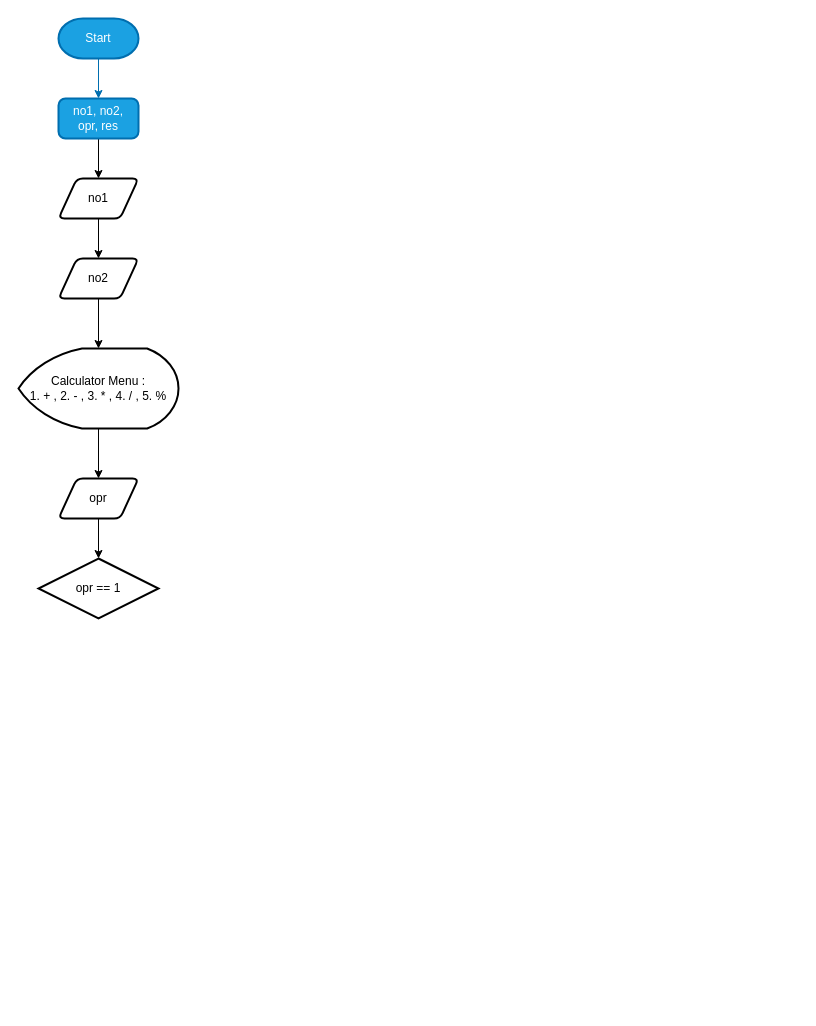
The draw.io diagram page "Page-2" (2 of 2) of assign01.drawio in ProfDetermined/uni-works, before the edit. Source tidied: cells renumbered, new cells numbered last; positions are measured from the earlier drawing's top-left corner, leaving out a move shared by most shapes. Both pictures are drawn from the tidied source at 100%, with x=0, y=0 at pixel (18, 18).
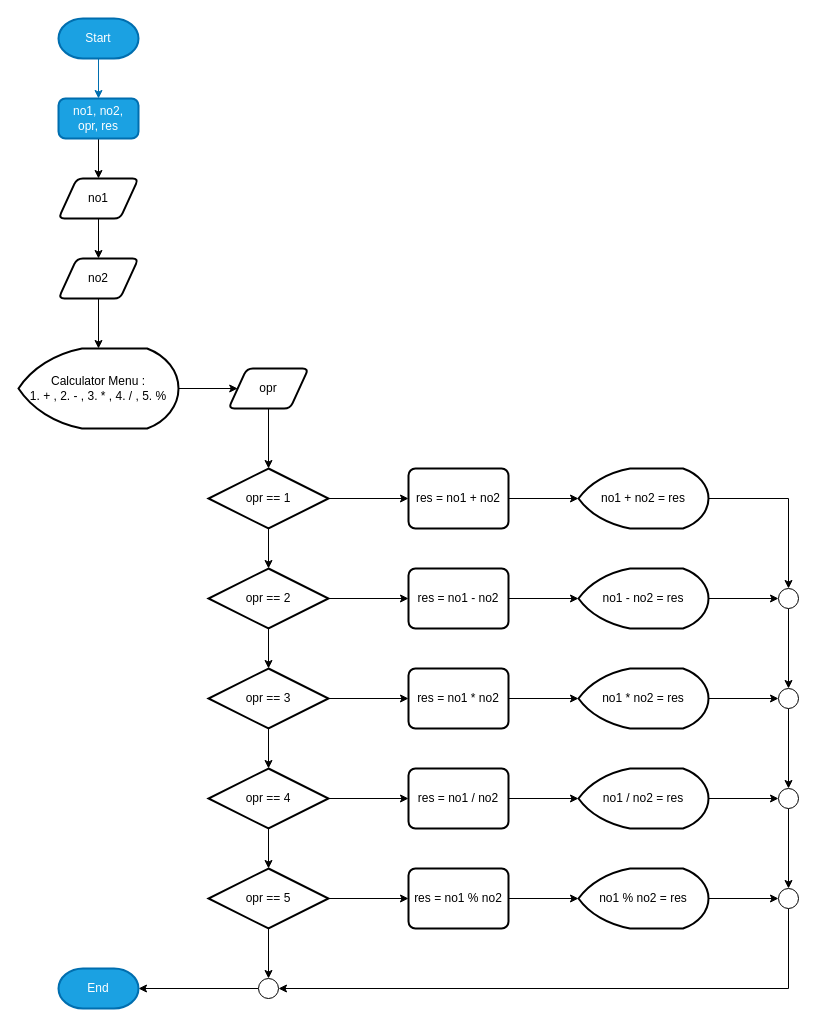
The same diagram, later.

Change to the diagram source:
```diff
@@
     <mxCell id="13" value="opr" style="shape=parallelogram;html=1;strokeWidth=2;perimeter=parallelogramPerimeter;whiteSpace=wrap;rounded=1;arcSize=12;size=0.23;" parent="1" vertex="1">
-      <mxGeometry x="40" y="460" width="80" height="40" as="geometry" />
+      <mxGeometry x="210" y="350" width="80" height="40" as="geometry" />
     </mxCell>
+    <mxCell id="15" style="edgeStyle=orthogonalEdgeStyle;rounded=0;jettySize=auto;html=1;" parent="1" edge="1" source="14" target="19">
+      <mxGeometry relative="1" as="geometry" />
+    </mxCell>
+    <mxCell id="16" style="edgeStyle=orthogonalEdgeStyle;rounded=0;jettySize=auto;html=1;" parent="1" edge="1" source="14" target="30">
+      <mxGeometry relative="1" as="geometry" />
+    </mxCell>
     <mxCell id="14" value="opr == 1" style="strokeWidth=2;html=1;shape=mxgraph.flowchart.decision;whiteSpace=wrap;" parent="1" vertex="1">
-      <mxGeometry x="20" y="540" width="120" height="60" as="geometry" />
+      <mxGeometry x="190" y="450" width="120" height="60" as="geometry" />
     </mxCell>
+    <mxCell id="17" style="edgeStyle=orthogonalEdgeStyle;rounded=0;jettySize=auto;html=1;" parent="1" edge="1" source="19" target="22">
+      <mxGeometry relative="1" as="geometry" />
+    </mxCell>
+    <mxCell id="18" style="edgeStyle=orthogonalEdgeStyle;rounded=0;jettySize=auto;html=1;" parent="1" edge="1" source="19" target="34">
+      <mxGeometry relative="1" as="geometry" />
+    </mxCell>
+    <mxCell id="19" value="opr == 2" style="strokeWidth=2;html=1;shape=mxgraph.flowchart.decision;whiteSpace=wrap;" parent="1" vertex="1">
+      <mxGeometry x="190" y="550" width="120" height="60" as="geometry" />
+    </mxCell>
+    <mxCell id="20" style="edgeStyle=orthogonalEdgeStyle;rounded=0;jettySize=auto;html=1;" parent="1" edge="1" source="22" target="25">
+      <mxGeometry relative="1" as="geometry" />
+    </mxCell>
+    <mxCell id="21" style="edgeStyle=orthogonalEdgeStyle;rounded=0;jettySize=auto;html=1;" parent="1" edge="1" source="22" target="40">
+      <mxGeometry relative="1" as="geometry" />
+    </mxCell>
+    <mxCell id="22" value="opr == 3" style="strokeWidth=2;html=1;shape=mxgraph.flowchart.decision;whiteSpace=wrap;" parent="1" vertex="1">
+      <mxGeometry x="190" y="650" width="120" height="60" as="geometry" />
+    </mxCell>
+    <mxCell id="23" style="edgeStyle=orthogonalEdgeStyle;rounded=0;jettySize=auto;html=1;" parent="1" edge="1" source="25" target="28">
+      <mxGeometry relative="1" as="geometry" />
+    </mxCell>
+    <mxCell id="24" style="edgeStyle=orthogonalEdgeStyle;rounded=0;jettySize=auto;html=1;" parent="1" edge="1" source="25" target="46">
+      <mxGeometry relative="1" as="geometry" />
+    </mxCell>
+    <mxCell id="25" value="opr == 4" style="strokeWidth=2;html=1;shape=mxgraph.flowchart.decision;whiteSpace=wrap;" parent="1" vertex="1">
+      <mxGeometry x="190" y="750" width="120" height="60" as="geometry" />
+    </mxCell>
+    <mxCell id="26" style="edgeStyle=orthogonalEdgeStyle;rounded=0;jettySize=auto;html=1;" parent="1" edge="1" source="28" target="48">
+      <mxGeometry relative="1" as="geometry" />
+    </mxCell>
+    <mxCell id="27" style="edgeStyle=orthogonalEdgeStyle;rounded=0;jettySize=auto;html=1;" parent="1" edge="1" source="28" target="58">
+      <mxGeometry relative="1" as="geometry" />
+    </mxCell>
+    <mxCell id="28" value="opr == 5" style="strokeWidth=2;html=1;shape=mxgraph.flowchart.decision;whiteSpace=wrap;" parent="1" vertex="1">
+      <mxGeometry x="190" y="850" width="120" height="60" as="geometry" />
+    </mxCell>
+    <mxCell id="29" style="edgeStyle=orthogonalEdgeStyle;rounded=0;jettySize=auto;html=1;" parent="1" edge="1" source="30" target="32">
+      <mxGeometry relative="1" as="geometry" />
+    </mxCell>
+    <mxCell id="30" value="res = no1 + no2" style="rounded=1;whiteSpace=wrap;html=1;absoluteArcSize=1;arcSize=14;strokeWidth=2;" parent="1" vertex="1">
+      <mxGeometry x="390" y="450" width="100" height="60" as="geometry" />
+    </mxCell>
+    <mxCell id="31" style="edgeStyle=orthogonalEdgeStyle;rounded=0;jettySize=auto;html=1;entryX=0.5;entryY=0;entryDx=0;entryDy=0;entryPerimeter=0;" parent="1" edge="1" source="32" target="38">
+      <mxGeometry relative="1" as="geometry" />
+    </mxCell>
+    <mxCell id="32" value="no1 + no2 = res" style="strokeWidth=2;html=1;shape=mxgraph.flowchart.display;whiteSpace=wrap;direction=east;" parent="1" vertex="1">
+      <mxGeometry x="560" y="450" width="130" height="60" as="geometry" />
+    </mxCell>
+    <mxCell id="33" style="edgeStyle=orthogonalEdgeStyle;rounded=0;jettySize=auto;html=1;" parent="1" edge="1" source="34" target="36">
+      <mxGeometry relative="1" as="geometry" />
+    </mxCell>
+    <mxCell id="34" value="res = no1 - no2" style="rounded=1;whiteSpace=wrap;html=1;absoluteArcSize=1;arcSize=14;strokeWidth=2;" parent="1" vertex="1">
+      <mxGeometry x="390" y="550" width="100" height="60" as="geometry" />
+    </mxCell>
+    <mxCell id="35" style="edgeStyle=orthogonalEdgeStyle;rounded=0;jettySize=auto;html=1;" parent="1" edge="1" source="36" target="38">
+      <mxGeometry relative="1" as="geometry" />
+    </mxCell>
+    <mxCell id="36" value="no1 - no2 = res" style="strokeWidth=2;html=1;shape=mxgraph.flowchart.display;whiteSpace=wrap;direction=east;" parent="1" vertex="1">
+      <mxGeometry x="560" y="550" width="130" height="60" as="geometry" />
+    </mxCell>
+    <mxCell id="37" style="edgeStyle=orthogonalEdgeStyle;rounded=0;jettySize=auto;html=1;" parent="1" edge="1" source="38" target="44">
+      <mxGeometry relative="1" as="geometry" />
+    </mxCell>
+    <mxCell id="38" style="verticalLabelPosition=bottom;verticalAlign=top;html=1;shape=mxgraph.flowchart.on-page_reference;" parent="1" vertex="1">
+      <mxGeometry x="760" y="570" width="20" height="20" as="geometry" />
+    </mxCell>
+    <mxCell id="39" style="edgeStyle=orthogonalEdgeStyle;rounded=0;jettySize=auto;html=1;" parent="1" edge="1" source="40" target="42">
+      <mxGeometry relative="1" as="geometry" />
+    </mxCell>
+    <mxCell id="40" value="res = no1 * no2" style="rounded=1;whiteSpace=wrap;html=1;absoluteArcSize=1;arcSize=14;strokeWidth=2;" parent="1" vertex="1">
+      <mxGeometry x="390" y="650" width="100" height="60" as="geometry" />
+    </mxCell>
+    <mxCell id="41" style="edgeStyle=orthogonalEdgeStyle;rounded=0;jettySize=auto;html=1;" parent="1" edge="1" source="42" target="44">
+      <mxGeometry relative="1" as="geometry" />
+    </mxCell>
+    <mxCell id="42" value="no1 * no2 = res" style="strokeWidth=2;html=1;shape=mxgraph.flowchart.display;whiteSpace=wrap;direction=east;" parent="1" vertex="1">
+      <mxGeometry x="560" y="650" width="130" height="60" as="geometry" />
+    </mxCell>
+    <mxCell id="43" style="edgeStyle=orthogonalEdgeStyle;rounded=0;jettySize=auto;html=1;" parent="1" edge="1" source="44" target="54">
+      <mxGeometry relative="1" as="geometry" />
+    </mxCell>
+    <mxCell id="44" style="verticalLabelPosition=bottom;verticalAlign=top;html=1;shape=mxgraph.flowchart.on-page_reference;" parent="1" vertex="1">
+      <mxGeometry x="760" y="670" width="20" height="20" as="geometry" />
+    </mxCell>
+    <mxCell id="45" style="edgeStyle=orthogonalEdgeStyle;rounded=0;jettySize=auto;html=1;" parent="1" edge="1" source="46" target="50">
+      <mxGeometry relative="1" as="geometry" />
+    </mxCell>
+    <mxCell id="46" value="res = no1 / no2" style="rounded=1;whiteSpace=wrap;html=1;absoluteArcSize=1;arcSize=14;strokeWidth=2;" parent="1" vertex="1">
+      <mxGeometry x="390" y="750" width="100" height="60" as="geometry" />
+    </mxCell>
+    <mxCell id="47" style="edgeStyle=orthogonalEdgeStyle;rounded=0;jettySize=auto;html=1;" parent="1" edge="1" source="48" target="52">
+      <mxGeometry relative="1" as="geometry" />
+    </mxCell>
+    <mxCell id="48" value="res = no1 % no2" style="rounded=1;whiteSpace=wrap;html=1;absoluteArcSize=1;arcSize=14;strokeWidth=2;" parent="1" vertex="1">
+      <mxGeometry x="390" y="850" width="100" height="60" as="geometry" />
+    </mxCell>
+    <mxCell id="49" style="edgeStyle=orthogonalEdgeStyle;rounded=0;jettySize=auto;html=1;" parent="1" edge="1" source="50" target="54">
+      <mxGeometry relative="1" as="geometry" />
+    </mxCell>
+    <mxCell id="50" value="no1 / no2 = res" style="strokeWidth=2;html=1;shape=mxgraph.flowchart.display;whiteSpace=wrap;direction=east;" parent="1" vertex="1">
+      <mxGeometry x="560" y="750" width="130" height="60" as="geometry" />
+    </mxCell>
+    <mxCell id="51" style="edgeStyle=orthogonalEdgeStyle;rounded=0;jettySize=auto;html=1;" parent="1" edge="1" source="52" target="56">
+      <mxGeometry relative="1" as="geometry" />
+    </mxCell>
+    <mxCell id="52" value="no1 % no2 = res" style="strokeWidth=2;html=1;shape=mxgraph.flowchart.display;whiteSpace=wrap;direction=east;" parent="1" vertex="1">
+      <mxGeometry x="560" y="850" width="130" height="60" as="geometry" />
+    </mxCell>
+    <mxCell id="53" style="edgeStyle=orthogonalEdgeStyle;rounded=0;jettySize=auto;html=1;" parent="1" edge="1" source="54" target="56">
+      <mxGeometry relative="1" as="geometry" />
+    </mxCell>
+    <mxCell id="54" style="verticalLabelPosition=bottom;verticalAlign=top;html=1;shape=mxgraph.flowchart.on-page_reference;" parent="1" vertex="1">
+      <mxGeometry x="760" y="770" width="20" height="20" as="geometry" />
+    </mxCell>
+    <mxCell id="55" style="edgeStyle=orthogonalEdgeStyle;rounded=0;jettySize=auto;html=1;entryX=1;entryY=0.5;entryDx=0;entryDy=0;entryPerimeter=0;" parent="1" edge="1" source="56" target="58">
+      <mxGeometry relative="1" as="geometry">
+        <Array as="points">
+          <mxPoint x="770" y="970" />
+        </Array>
+      </mxGeometry>
+    </mxCell>
+    <mxCell id="56" style="verticalLabelPosition=bottom;verticalAlign=top;html=1;shape=mxgraph.flowchart.on-page_reference;" parent="1" vertex="1">
+      <mxGeometry x="760" y="870" width="20" height="20" as="geometry" />
+    </mxCell>
+    <mxCell id="57" style="edgeStyle=orthogonalEdgeStyle;rounded=0;jettySize=auto;html=1;" parent="1" edge="1" source="58" target="59">
+      <mxGeometry relative="1" as="geometry" />
+    </mxCell>
+    <mxCell id="58" style="verticalLabelPosition=bottom;verticalAlign=top;html=1;shape=mxgraph.flowchart.on-page_reference;" parent="1" vertex="1">
+      <mxGeometry x="240" y="960" width="20" height="20" as="geometry" />
+    </mxCell>
+    <mxCell id="59" value="End" style="strokeWidth=2;html=1;shape=mxgraph.flowchart.terminator;whiteSpace=wrap;fillColor=#1ba1e2;strokeColor=#006EAF;fontColor=#ffffff;" parent="1" vertex="1">
+      <mxGeometry x="40" y="950" width="80" height="40" as="geometry" />
+    </mxCell>
```
